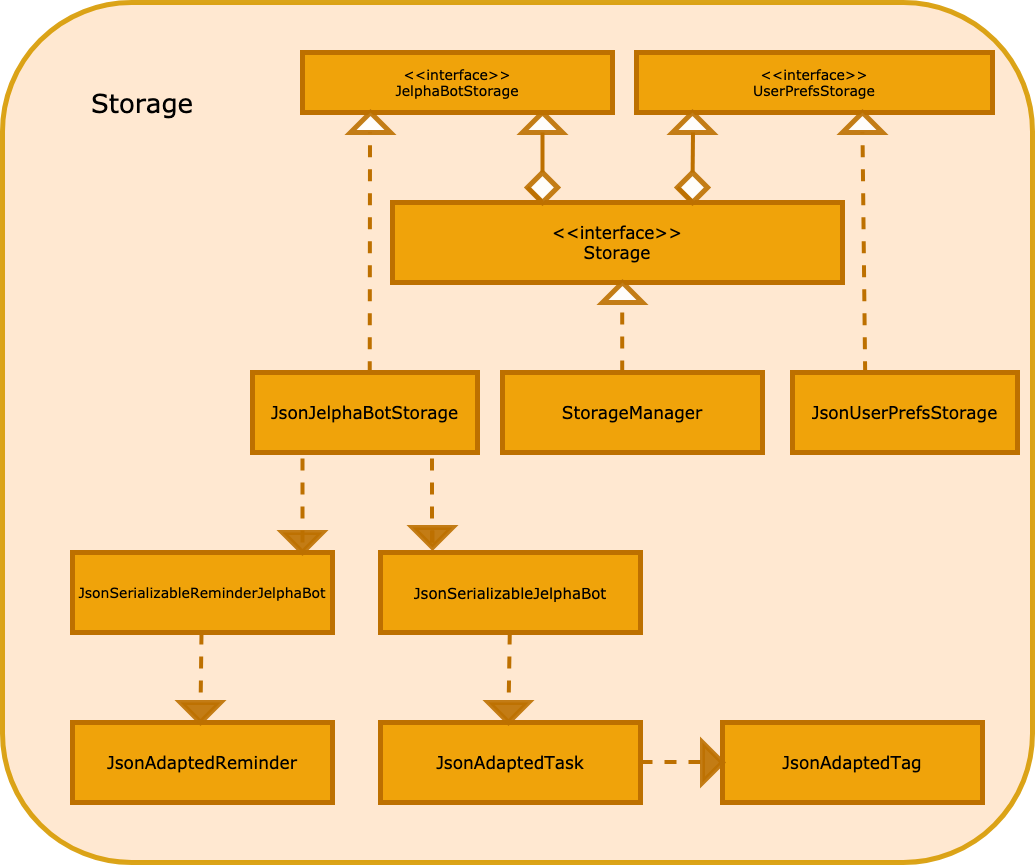
Before: images/Storage.png, a diagram exported from draw.io (AY1920S2-CS2103-F09-2/main). Source tidied: cells renumbered, new cells last; positions are measured from the earlier drawing's top-left corner, leaving out a move shared by most shapes.
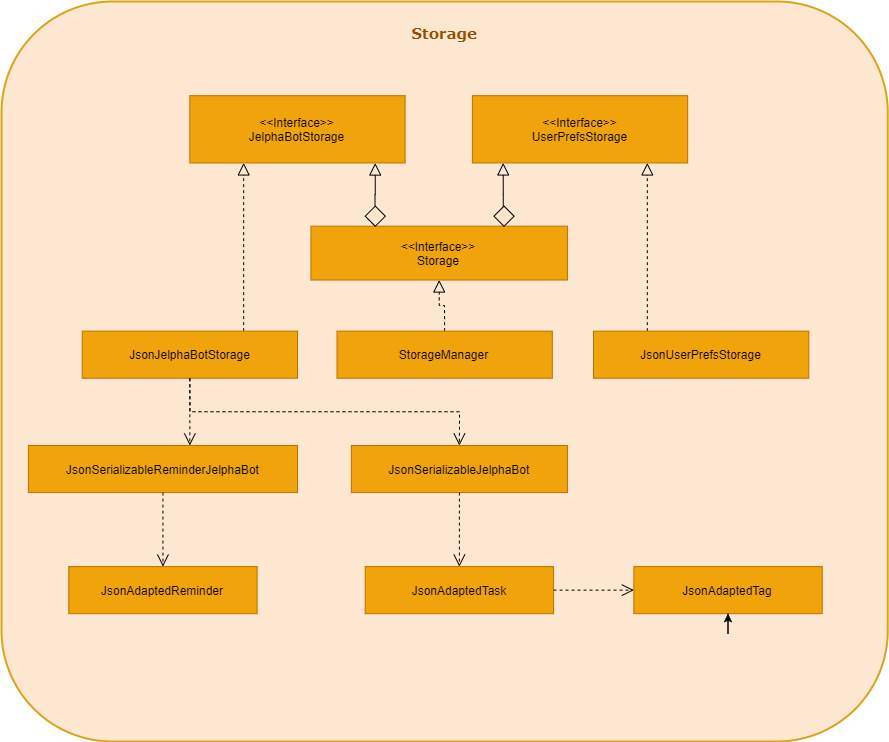
The same diagram one commit later.

What changed in the source:
```diff
@@ -2,155 +2,93 @@
   <root>
     <mxCell id="0" />
     <mxCell id="1" parent="0" />
-    <mxCell id="2" style="rounded=1;whiteSpace=wrap;html=1;strokeColor=#d79b00;strokeWidth=5;fillColor=#ffe6cc;opacity=90;" parent="1" vertex="1">
-      <mxGeometry width="1030" height="860" as="geometry" />
-    </mxCell>
-    <mxCell id="3" value="&lt;font style=&quot;font-size: 14px&quot;&gt;&lt;font face=&quot;Verdana&quot;&gt;&lt;font style=&quot;font-size: 14px&quot; color=&quot;#000000&quot;&gt;&amp;lt;&amp;lt;interface&amp;gt;&amp;gt;&lt;br&gt;&lt;/font&gt;&lt;font color=&quot;#000000&quot;&gt;UserPrefsStorage&lt;/font&gt;&lt;/font&gt;&lt;br&gt;&lt;/font&gt;" style="rounded=0;whiteSpace=wrap;html=1;strokeWidth=5;fillColor=#f0a30a;strokeColor=#BD7000;fontColor=#ffffff;" parent="1" vertex="1">
-      <mxGeometry x="634" y="50" width="356" height="60" as="geometry" />
-    </mxCell>
-    <mxCell id="4" style="triangle;whiteSpace=wrap;html=1;strokeWidth=5;opacity=90;rotation=-90;strokeColor=#BD7000;" parent="1" vertex="1">
-      <mxGeometry x="530" y="100" width="20" height="40" as="geometry" />
-    </mxCell>
-    <mxCell id="5" value="&lt;font style=&quot;font-size: 14px&quot;&gt;&lt;font face=&quot;Verdana&quot; style=&quot;font-size: 14px&quot; color=&quot;#000000&quot;&gt;&amp;lt;&amp;lt;interface&amp;gt;&amp;gt;&lt;br&gt;JelphaBotStorage&lt;/font&gt;&lt;br&gt;&lt;/font&gt;" style="rounded=0;whiteSpace=wrap;html=1;strokeWidth=5;fillColor=#f0a30a;strokeColor=#BD7000;fontColor=#ffffff;" parent="1" vertex="1">
-      <mxGeometry x="300" y="50" width="310" height="60" as="geometry" />
-    </mxCell>
-    <mxCell id="6" style="triangle;whiteSpace=wrap;html=1;strokeWidth=5;opacity=90;rotation=-90;strokeColor=#BD7000;" parent="1" vertex="1">
-      <mxGeometry x="680" y="100" width="20" height="40" as="geometry" />
-    </mxCell>
-    <mxCell id="7" style="endArrow=none;html=1;strokeWidth=4;entryX=0;entryY=0.5;entryDx=0;entryDy=0;strokeColor=#BD7000;" parent="1" edge="1" source="24" target="4">
-      <mxGeometry relative="1" as="geometry" />
-    </mxCell>
-    <mxCell id="8" style="endArrow=none;html=1;strokeWidth=4;entryX=0;entryY=0.5;entryDx=0;entryDy=0;strokeColor=#BD7000;" parent="1" edge="1" source="26">
-      <mxGeometry relative="1" as="geometry">
-        <mxPoint x="690.5" y="130" as="targetPoint" />
-      </mxGeometry>
-    </mxCell>
-    <mxCell id="9" value="&lt;font style=&quot;font-size: 17px&quot;&gt;&lt;font face=&quot;Verdana&quot; style=&quot;font-size: 17px&quot; color=&quot;#000000&quot;&gt;&amp;lt;&amp;lt;interface&amp;gt;&amp;gt;&lt;br&gt;Storage&lt;/font&gt;&lt;br&gt;&lt;/font&gt;" style="rounded=0;whiteSpace=wrap;html=1;strokeWidth=5;fillColor=#f0a30a;strokeColor=#BD7000;fontColor=#ffffff;" parent="1" vertex="1">
-      <mxGeometry x="390" y="200" width="450" height="80" as="geometry" />
-    </mxCell>
-    <mxCell id="10" style="triangle;whiteSpace=wrap;html=1;strokeWidth=5;opacity=90;rotation=-90;strokeColor=#BD7000;" parent="1" vertex="1">
-      <mxGeometry x="610" y="270" width="20" height="40" as="geometry" />
-    </mxCell>
-    <mxCell id="11" style="endArrow=none;html=1;strokeWidth=4;entryX=0;entryY=0.5;entryDx=0;entryDy=0;strokeColor=#BD7000;dashed=1;" parent="1" edge="1">
-      <mxGeometry relative="1" as="geometry">
-        <mxPoint x="619.7" y="370" as="sourcePoint" />
-        <mxPoint x="619.7" y="300" as="targetPoint" />
-      </mxGeometry>
-    </mxCell>
+    <mxCell id="42" style="group;" parent="1" vertex="1">
+      <mxGeometry x="-730" y="10" width="886.3" height="740" as="geometry" />
+    </mxCell>
+    <mxCell id="43" style="rounded=1;whiteSpace=wrap;html=1;strokeColor=#d79b00;strokeWidth=2;fillColor=#ffe6cc;opacity=90;" parent="42" vertex="1">
+      <mxGeometry width="886.3" height="740" as="geometry" />
+    </mxCell>
+    <mxCell id="35" value="&lt;font style=&quot;font-size: 15px&quot; face=&quot;Verdana&quot; color=&quot;#994c00&quot;&gt;&lt;b&gt;Storage&lt;/b&gt;&lt;/font&gt;" style="text;html=1;strokeColor=none;fillColor=none;align=center;verticalAlign=middle;whiteSpace=wrap;rounded=0;opacity=90;" parent="42" vertex="1">
+      <mxGeometry x="425.9" y="22.9" width="34.4" height="17.2" as="geometry" />
+    </mxCell>
+    <mxCell id="44" value="&amp;lt;&amp;lt;Interface&amp;gt;&amp;gt;&lt;br&gt;UserPrefsStorage" style="rounded=0;whiteSpace=wrap;html=1;strokeWidth=1;fillColor=#F0A30A;strokeColor=#BD7000;" parent="42" vertex="1">
+      <mxGeometry x="470.9" y="94.2" width="215.3" height="67.3" as="geometry" />
+    </mxCell>
+    <mxCell id="45" value="&amp;lt;&amp;lt;Interface&amp;gt;&amp;gt;&lt;br&gt;JelphaBotStorage" style="rounded=0;whiteSpace=wrap;html=1;strokeWidth=1;fillColor=#F0A30A;strokeColor=#BD7000;" parent="42" vertex="1">
+      <mxGeometry x="188.4" y="94.2" width="215.3" height="67.3" as="geometry" />
+    </mxCell>
+    <mxCell id="46" style="edgeStyle=orthogonalEdgeStyle;rounded=0;jettySize=auto;html=1;exitX=0.25;exitY=0;exitDx=0;exitDy=0;entryX=0.861;entryY=1.001;entryDx=0;entryDy=0;entryPerimeter=0;endArrow=block;endFill=0;endSize=10;" parent="42" edge="1" source="48" target="45">
+      <mxGeometry relative="1" as="geometry" />
+    </mxCell>
+    <mxCell id="47" style="edgeStyle=orthogonalEdgeStyle;rounded=0;jettySize=auto;html=1;exitX=0.75;exitY=0;exitDx=0;exitDy=0;entryX=0.143;entryY=1;entryDx=0;entryDy=0;entryPerimeter=0;endArrow=block;endFill=0;endSize=10;" parent="42" edge="1" source="48" target="44">
+      <mxGeometry relative="1" as="geometry" />
+    </mxCell>
+    <mxCell id="48" value="&amp;lt;&amp;lt;Interface&amp;gt;&amp;gt;&lt;br&gt;Storage" style="rounded=0;whiteSpace=wrap;html=1;strokeWidth=1;fillColor=#F0A30A;strokeColor=#BD7000;" parent="42" vertex="1">
+      <mxGeometry x="309.5" y="224.7" width="256.5" height="53.8" as="geometry" />
+    </mxCell>
+    <mxCell id="49" style="edgeStyle=orthogonalEdgeStyle;rounded=0;jettySize=auto;html=1;exitX=0.75;exitY=0;exitDx=0;exitDy=0;entryX=0.25;entryY=1;entryDx=0;entryDy=0;endArrow=block;endFill=0;endSize=10;dashed=1;" parent="42" edge="1" source="15" target="45">
+      <mxGeometry relative="1" as="geometry" />
+    </mxCell>
+    <mxCell id="15" value="JsonJelphaBotStorage" style="rounded=0;whiteSpace=wrap;html=1;strokeWidth=1;fillColor=#F0A30A;strokeColor=#BD7000;" parent="42" vertex="1">
+      <mxGeometry x="80.7" y="329.6" width="215.3" height="47.1" as="geometry" />
+    </mxCell>
+    <mxCell id="50" style="edgeStyle=orthogonalEdgeStyle;rounded=0;jettySize=auto;html=1;exitX=0.5;exitY=0;exitDx=0;exitDy=0;entryX=0.5;entryY=1;entryDx=0;entryDy=0;dashed=1;endArrow=block;endFill=0;endSize=10;" parent="42" edge="1" source="12" target="48">
+      <mxGeometry relative="1" as="geometry" />
+    </mxCell>
-    <mxCell id="12" value="&lt;font style=&quot;font-size: 17px&quot;&gt;&lt;font color=&quot;#000000&quot; face=&quot;Verdana&quot;&gt;StorageManager&lt;/font&gt;&lt;br&gt;&lt;/font&gt;" style="rounded=0;whiteSpace=wrap;html=1;strokeWidth=5;fillColor=#f0a30a;strokeColor=#BD7000;fontColor=#ffffff;" parent="1" vertex="1">
-      <mxGeometry x="500" y="370" width="260" height="80" as="geometry" />
+    <mxCell id="12" value="StorageManager" style="rounded=0;whiteSpace=wrap;html=1;strokeWidth=1;fillColor=#F0A30A;strokeColor=#BD7000;" parent="42" vertex="1">
+      <mxGeometry x="335.5" y="329.6" width="215.3" height="47.1" as="geometry" />
     </mxCell>
-    <mxCell id="13" style="triangle;whiteSpace=wrap;html=1;strokeWidth=5;opacity=90;rotation=-90;strokeColor=#BD7000;" parent="1" vertex="1">
-      <mxGeometry x="358" y="100" width="20" height="40" as="geometry" />
-    </mxCell>
-    <mxCell id="14" style="endArrow=none;html=1;strokeWidth=4;entryX=0;entryY=0.5;entryDx=0;entryDy=0;strokeColor=#BD7000;dashed=1;exitX=0.521;exitY=0.009;exitDx=0;exitDy=0;exitPerimeter=0;" parent="1" edge="1" source="15">
-      <mxGeometry relative="1" as="geometry">
-        <mxPoint x="367.5" y="130" as="targetPoint" />
-      </mxGeometry>
-    </mxCell>
-    <mxCell id="15" value="&lt;font style=&quot;font-size: 17px&quot;&gt;&lt;font color=&quot;#000000&quot; face=&quot;Verdana&quot;&gt;JsonJelphaBotStorage&lt;/font&gt;&lt;br&gt;&lt;/font&gt;" style="rounded=0;whiteSpace=wrap;html=1;strokeWidth=5;fillColor=#f0a30a;strokeColor=#BD7000;fontColor=#ffffff;" parent="1" vertex="1">
-      <mxGeometry x="250" y="370" width="225" height="80" as="geometry" />
-    </mxCell>
-    <mxCell id="16" style="triangle;whiteSpace=wrap;html=1;strokeWidth=5;opacity=90;rotation=-90;strokeColor=#BD7000;" parent="1" vertex="1">
-      <mxGeometry x="850" y="100" width="20" height="40" as="geometry" />
-    </mxCell>
-    <mxCell id="17" style="endArrow=none;html=1;strokeWidth=4;strokeColor=#BD7000;dashed=1;exitX=0.323;exitY=0.009;exitDx=0;exitDy=0;entryX=0;entryY=0.5;entryDx=0;entryDy=0;exitPerimeter=0;" parent="1" edge="1" source="18" target="16">
-      <mxGeometry relative="1" as="geometry" />
-    </mxCell>
+    <mxCell id="51" style="edgeStyle=orthogonalEdgeStyle;rounded=0;jettySize=auto;html=1;exitX=0.25;exitY=0;exitDx=0;exitDy=0;endArrow=block;endFill=0;endSize=10;dashed=1;" parent="42" edge="1" source="18">
+      <mxGeometry relative="1" as="geometry">
+        <mxPoint x="645.8" y="161.5" as="targetPoint" />
+      </mxGeometry>
+    </mxCell>
-    <mxCell id="18" value="&lt;font style=&quot;font-size: 17px&quot;&gt;&lt;font color=&quot;#000000&quot; face=&quot;Verdana&quot;&gt;JsonUserPrefsStorage&lt;/font&gt;&lt;br&gt;&lt;/font&gt;" style="rounded=0;whiteSpace=wrap;html=1;strokeWidth=5;fillColor=#f0a30a;strokeColor=#BD7000;fontColor=#ffffff;" parent="1" vertex="1">
-      <mxGeometry x="790" y="370" width="225" height="80" as="geometry" />
+    <mxCell id="18" value="JsonUserPrefsStorage" style="rounded=0;whiteSpace=wrap;html=1;strokeWidth=1;fillColor=#F0A30A;strokeColor=#BD7000;" parent="42" vertex="1">
+      <mxGeometry x="592" y="329.6" width="215.3" height="47.1" as="geometry" />
     </mxCell>
+    <mxCell id="23" value="JsonSerializableReminderJelphaBot" style="rounded=0;whiteSpace=wrap;html=1;strokeWidth=1;fillColor=#F0A30A;strokeColor=#BD7000;" parent="42" vertex="1">
+      <mxGeometry x="26.9" y="444" width="269.1" height="47.1" as="geometry" />
+    </mxCell>
+    <mxCell id="52" style="edgeStyle=orthogonalEdgeStyle;rounded=0;jettySize=auto;html=1;exitX=0.5;exitY=1;exitDx=0;exitDy=0;endArrow=open;endFill=0;dashed=1;entryX=0.6;entryY=-0.001;entryDx=0;entryDy=0;entryPerimeter=0;endSize=10;" parent="42" edge="1" source="15" target="23">
+      <mxGeometry relative="1" as="geometry" />
+    </mxCell>
+    <mxCell id="21" value="JsonAdaptedReminder" style="rounded=0;whiteSpace=wrap;html=1;strokeWidth=1;fillColor=#F0A30A;strokeColor=#BD7000;" parent="42" vertex="1">
+      <mxGeometry x="67.3" y="565.1" width="188.4" height="47.1" as="geometry" />
+    </mxCell>
+    <mxCell id="53" style="edgeStyle=orthogonalEdgeStyle;rounded=0;jettySize=auto;html=1;exitX=0.5;exitY=1;exitDx=0;exitDy=0;entryX=0.5;entryY=0;entryDx=0;entryDy=0;dashed=1;endArrow=open;endFill=0;endSize=10;" parent="42" edge="1" source="23" target="21">
+      <mxGeometry relative="1" as="geometry" />
+    </mxCell>
+    <mxCell id="22" value="JsonSerializableJelphaBot" style="rounded=0;whiteSpace=wrap;html=1;strokeWidth=1;fillColor=#F0A30A;strokeColor=#BD7000;" parent="42" vertex="1">
+      <mxGeometry x="349.8" y="444" width="216.1" height="47.1" as="geometry" />
+    </mxCell>
+    <mxCell id="54" style="edgeStyle=orthogonalEdgeStyle;rounded=0;jettySize=auto;html=1;exitX=0.5;exitY=1;exitDx=0;exitDy=0;entryX=0.5;entryY=0;entryDx=0;entryDy=0;endArrow=open;endFill=0;dashed=1;endSize=10;" parent="42" edge="1" source="15" target="22">
+      <mxGeometry relative="1" as="geometry">
+        <Array as="points">
+          <mxPoint x="188.4" y="410.4" />
+          <mxPoint x="457.5" y="410.4" />
+        </Array>
+      </mxGeometry>
+    </mxCell>
-    <mxCell id="19" value="&lt;font style=&quot;font-size: 17px&quot;&gt;&lt;span style=&quot;color: rgb(0 , 0 , 0) ; font-family: &amp;#34;verdana&amp;#34;&quot;&gt;JsonAdaptedTask&lt;/span&gt;&lt;br&gt;&lt;/font&gt;" style="rounded=0;whiteSpace=wrap;html=1;strokeWidth=5;fillColor=#f0a30a;strokeColor=#BD7000;fontColor=#ffffff;" parent="1" vertex="1">
-      <mxGeometry x="378" y="720" width="260" height="80" as="geometry" />
+    <mxCell id="19" value="JsonAdaptedTask" style="rounded=0;whiteSpace=wrap;html=1;strokeWidth=1;fillColor=#F0A30A;strokeColor=#BD7000;" parent="42" vertex="1">
+      <mxGeometry x="363.7" y="565.1" width="188.4" height="47.1" as="geometry" />
     </mxCell>
+    <mxCell id="55" style="edgeStyle=orthogonalEdgeStyle;rounded=0;jettySize=auto;html=1;exitX=0.5;exitY=1;exitDx=0;exitDy=0;entryX=0.5;entryY=0;entryDx=0;entryDy=0;dashed=1;endArrow=open;endFill=0;endSize=10;" parent="42" edge="1" source="22" target="19">
+      <mxGeometry relative="1" as="geometry" />
+    </mxCell>
-    <mxCell id="20" value="&lt;font style=&quot;font-size: 17px&quot;&gt;&lt;font color=&quot;#000000&quot; face=&quot;Verdana&quot;&gt;JsonAdaptedTag&lt;/font&gt;&lt;br&gt;&lt;/font&gt;" style="rounded=0;whiteSpace=wrap;html=1;strokeWidth=5;fillColor=#f0a30a;strokeColor=#BD7000;fontColor=#ffffff;" parent="1" vertex="1">
-      <mxGeometry x="720" y="720" width="260" height="80" as="geometry" />
+    <mxCell id="20" value="JsonAdaptedTag" style="rounded=0;whiteSpace=wrap;html=1;strokeWidth=1;fillColor=#F0A30A;strokeColor=#BD7000;" parent="42" vertex="1">
+      <mxGeometry x="632.4" y="565.1" width="188.4" height="47.1" as="geometry" />
     </mxCell>
-    <mxCell id="21" value="&lt;font style=&quot;font-size: 17px&quot;&gt;&lt;span style=&quot;color: rgb(0 , 0 , 0) ; font-family: &amp;#34;verdana&amp;#34;&quot;&gt;JsonAdaptedReminder&lt;/span&gt;&lt;br&gt;&lt;/font&gt;" style="rounded=0;whiteSpace=wrap;html=1;strokeWidth=5;fillColor=#f0a30a;strokeColor=#BD7000;fontColor=#ffffff;" parent="1" vertex="1">
-      <mxGeometry x="70" y="720" width="260" height="80" as="geometry" />
-    </mxCell>
-    <mxCell id="22" value="&lt;font&gt;&lt;span style=&quot;color: rgb(0 , 0 , 0) ; font-family: &amp;#34;verdana&amp;#34;&quot;&gt;&lt;font style=&quot;font-size: 15px&quot;&gt;JsonSerializableJelphaBot&lt;/font&gt;&lt;/span&gt;&lt;br&gt;&lt;/font&gt;" style="rounded=0;whiteSpace=wrap;html=1;strokeWidth=5;fillColor=#f0a30a;strokeColor=#BD7000;fontColor=#ffffff;" parent="1" vertex="1">
-      <mxGeometry x="378" y="550" width="260" height="80" as="geometry" />
-    </mxCell>
-    <mxCell id="23" value="&lt;font&gt;&lt;span style=&quot;color: rgb(0 , 0 , 0) ; font-family: &amp;#34;verdana&amp;#34;&quot;&gt;&lt;font style=&quot;font-size: 14px&quot;&gt;JsonSerializableReminderJelphaBot&lt;/font&gt;&lt;/span&gt;&lt;br&gt;&lt;/font&gt;" style="rounded=0;whiteSpace=wrap;html=1;strokeWidth=5;fillColor=#f0a30a;strokeColor=#BD7000;fontColor=#ffffff;" parent="1" vertex="1">
-      <mxGeometry x="70" y="550" width="260" height="80" as="geometry" />
-    </mxCell>
-    <mxCell id="24" style="rhombus;whiteSpace=wrap;html=1;strokeColor=#BD7000;strokeWidth=5;opacity=90;" parent="1" vertex="1">
-      <mxGeometry x="525" y="170" width="30" height="30" as="geometry" />
-    </mxCell>
-    <mxCell id="25" style="endArrow=none;html=1;strokeWidth=4;entryX=0;entryY=0.5;entryDx=0;entryDy=0;strokeColor=#BD7000;" parent="1" edge="1" target="24">
-      <mxGeometry relative="1" as="geometry">
-        <mxPoint x="540" y="200" as="sourcePoint" />
-      </mxGeometry>
-    </mxCell>
-    <mxCell id="26" style="rhombus;whiteSpace=wrap;html=1;strokeColor=#BD7000;strokeWidth=5;opacity=90;" parent="1" vertex="1">
-      <mxGeometry x="675" y="170" width="30" height="30" as="geometry" />
-    </mxCell>
-    <mxCell id="27" style="endArrow=none;html=1;strokeWidth=4;entryX=0;entryY=0.5;entryDx=0;entryDy=0;strokeColor=#BD7000;" parent="1" edge="1" target="26">
-      <mxGeometry relative="1" as="geometry">
-        <mxPoint x="690.5" y="200" as="sourcePoint" />
-      </mxGeometry>
-    </mxCell>
-    <mxCell id="28" style="endArrow=none;html=1;strokeWidth=4;entryX=0;entryY=0.5;entryDx=0;entryDy=0;strokeColor=#BD7000;dashed=1;" parent="1" edge="1">
-      <mxGeometry relative="1" as="geometry">
-        <mxPoint x="300" y="540" as="sourcePoint" />
-        <mxPoint x="300" y="450" as="targetPoint" />
-      </mxGeometry>
-    </mxCell>
-    <mxCell id="29" style="endArrow=none;dashed=1;html=1;strokeColor=#BD7000;strokeWidth=4;" parent="1" edge="1" source="31">
-      <mxGeometry relative="1" as="geometry">
-        <mxPoint x="199.3" y="720" as="targetPoint" />
-      </mxGeometry>
-    </mxCell>
-    <mxCell id="30" style="endArrow=none;dashed=1;html=1;strokeColor=#BD7000;strokeWidth=4;" parent="1" edge="1" source="33">
-      <mxGeometry relative="1" as="geometry">
-        <mxPoint x="507.6" y="720" as="targetPoint" />
-      </mxGeometry>
-    </mxCell>
-    <mxCell id="31" style="triangle;whiteSpace=wrap;html=1;strokeColor=#BD7000;strokeWidth=5;opacity=90;rotation=90;fillColor=#bd7000;" parent="1" vertex="1">
-      <mxGeometry x="188" y="690" width="20" height="40" as="geometry" />
-    </mxCell>
-    <mxCell id="32" style="endArrow=none;dashed=1;html=1;strokeColor=#BD7000;strokeWidth=4;" parent="1" edge="1" target="31">
-      <mxGeometry relative="1" as="geometry">
-        <mxPoint x="199" y="630" as="sourcePoint" />
-      </mxGeometry>
-    </mxCell>
-    <mxCell id="33" style="triangle;whiteSpace=wrap;html=1;strokeColor=#BD7000;strokeWidth=5;opacity=90;rotation=90;fillColor=#bd7000;" parent="1" vertex="1">
-      <mxGeometry x="496" y="690" width="20" height="40" as="geometry" />
-    </mxCell>
-    <mxCell id="34" style="endArrow=none;dashed=1;html=1;strokeColor=#BD7000;strokeWidth=4;" parent="1" edge="1" target="33">
-      <mxGeometry relative="1" as="geometry">
-        <mxPoint x="507.3" y="630" as="sourcePoint" />
-      </mxGeometry>
-    </mxCell>
-    <mxCell id="35" value="&lt;font style=&quot;font-size: 26px&quot; face=&quot;Verdana&quot;&gt;Storage&lt;/font&gt;" style="text;html=1;strokeColor=none;fillColor=none;align=center;verticalAlign=middle;whiteSpace=wrap;rounded=0;opacity=90;" parent="1" vertex="1">
-      <mxGeometry x="120" y="90" width="40" height="20" as="geometry" />
-    </mxCell>
-    <mxCell id="36" style="endArrow=none;dashed=1;html=1;strokeColor=#BD7000;strokeWidth=4;exitX=1;exitY=0.5;exitDx=0;exitDy=0;" parent="1" edge="1">
-      <mxGeometry relative="1" as="geometry">
-        <mxPoint x="638" y="759.5" as="sourcePoint" />
-        <mxPoint x="700" y="759.5" as="targetPoint" />
-      </mxGeometry>
-    </mxCell>
-    <mxCell id="37" style="triangle;whiteSpace=wrap;html=1;strokeColor=#BD7000;strokeWidth=5;fillColor=#bd7000;opacity=90;" parent="1" vertex="1">
-      <mxGeometry x="700" y="740" width="20" height="40" as="geometry" />
-    </mxCell>
-    <mxCell id="38" style="triangle;whiteSpace=wrap;html=1;strokeColor=#BD7000;strokeWidth=5;opacity=90;rotation=90;fillColor=#bd7000;" parent="1" vertex="1">
-      <mxGeometry x="290" y="520" width="20" height="40" as="geometry" />
-    </mxCell>
-    <mxCell id="39" style="triangle;whiteSpace=wrap;html=1;strokeColor=#BD7000;strokeWidth=5;opacity=90;rotation=90;fillColor=#bd7000;" parent="1" vertex="1">
-      <mxGeometry x="420" y="515" width="20" height="40" as="geometry" />
-    </mxCell>
-    <mxCell id="40" style="endArrow=none;html=1;strokeWidth=4;entryX=0;entryY=0.5;entryDx=0;entryDy=0;strokeColor=#BD7000;dashed=1;" parent="1" edge="1" target="39">
-      <mxGeometry relative="1" as="geometry">
-        <mxPoint x="430" y="540" as="sourcePoint" />
-      </mxGeometry>
-    </mxCell>
-    <mxCell id="41" style="endArrow=none;html=1;strokeWidth=4;entryX=0;entryY=0.5;entryDx=0;entryDy=0;strokeColor=#BD7000;dashed=1;" parent="1" edge="1">
-      <mxGeometry relative="1" as="geometry">
-        <mxPoint x="429.5" y="540" as="sourcePoint" />
-        <mxPoint x="429.5" y="450" as="targetPoint" />
-      </mxGeometry>
-    </mxCell>
+    <mxCell id="56" style="edgeStyle=orthogonalEdgeStyle;rounded=0;jettySize=auto;html=1;exitX=1;exitY=0.5;exitDx=0;exitDy=0;entryX=0;entryY=0.5;entryDx=0;entryDy=0;dashed=1;endArrow=open;endFill=0;endSize=10;" parent="42" edge="1" source="19" target="20">
+      <mxGeometry relative="1" as="geometry" />
+    </mxCell>
+    <mxCell id="57" style="edgeStyle=orthogonalEdgeStyle;rounded=0;orthogonalLoop=1;jettySize=auto;html=1;exitX=0.5;exitY=1;exitDx=0;exitDy=0;" parent="42" edge="1" source="20" target="20">
+      <mxGeometry relative="1" as="geometry" />
+    </mxCell>
+    <mxCell id="58" style="rhombus;whiteSpace=wrap;html=1;strokeColor=#000000;strokeWidth=1;fillColor=#FFE6CC;rotation=90;" parent="42" vertex="1">
+      <mxGeometry x="492.4" y="204.6" width="20.2" height="20.2" as="geometry" />
+    </mxCell>
+    <mxCell id="59" style="rhombus;whiteSpace=wrap;html=1;strokeColor=#000000;strokeWidth=1;fillColor=#FFE6CC;rotation=90;" parent="42" vertex="1">
+      <mxGeometry x="363.7" y="204.6" width="20.2" height="20.2" as="geometry" />
+    </mxCell>
   </root>
 </mxGraphModel>
```
